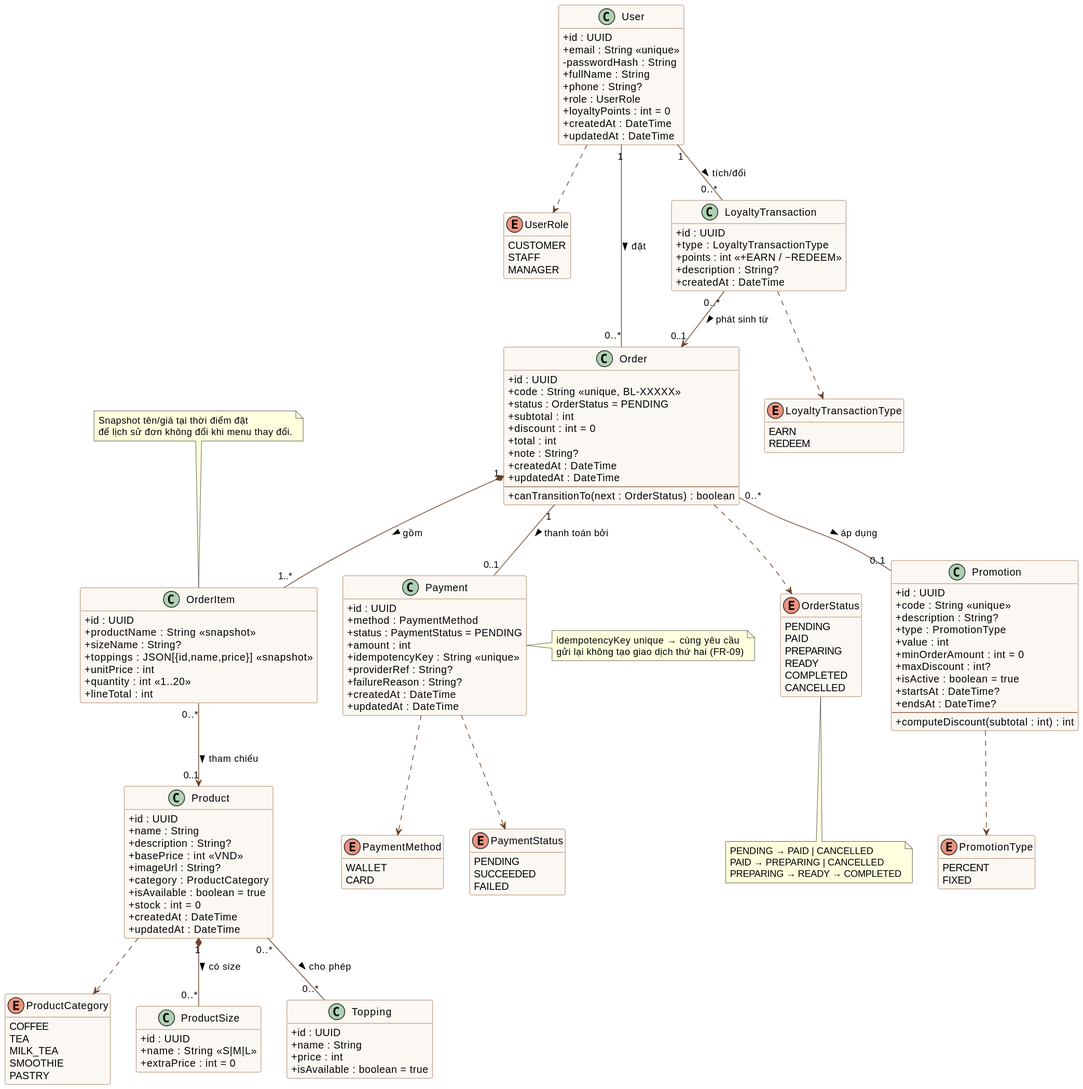
Before: docs/diagrams/class-domain.svg, a diagram exported from PlantUML (LHTCoder/brewlite).
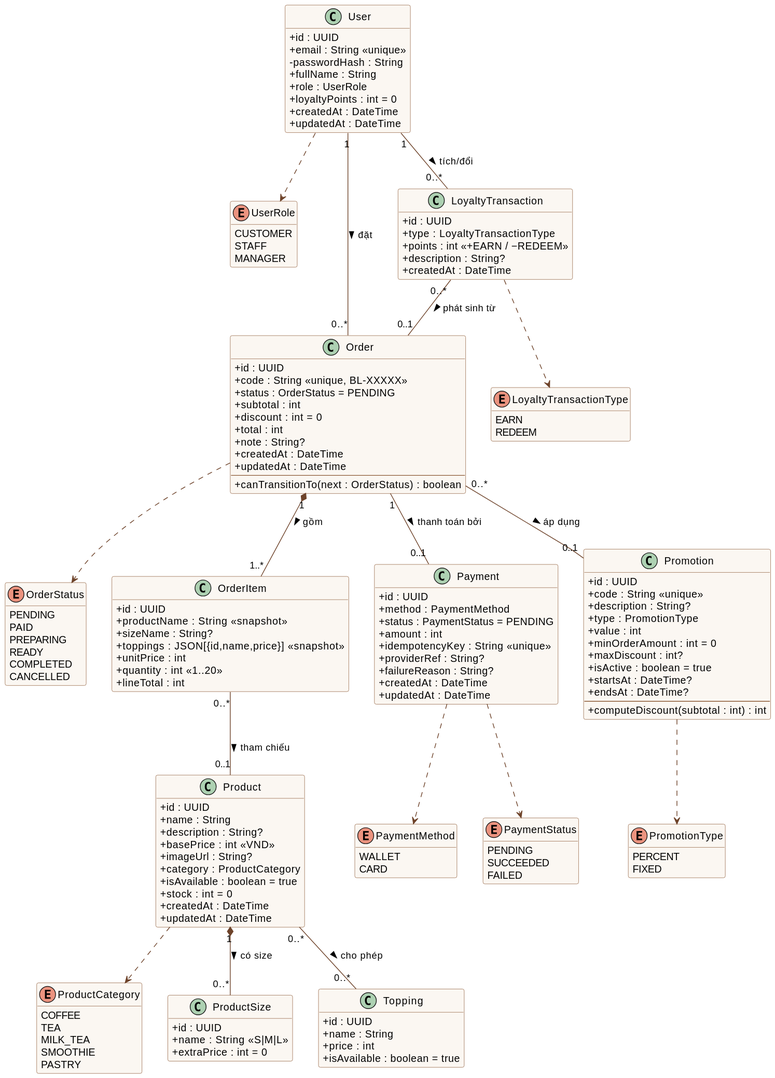
Later version of the same file.

The edit, as a diff of the source:
```diff
@@ -53,7 +53,6 @@
   +email : String <<unique>>
   -passwordHash : String
   +fullName : String
-  +phone : String?
   +role : UserRole
   +loyaltyPoints : int = 0
   +createdAt : DateTime
@@ -150,10 +149,10 @@
 Order "1" *-- "1..*" OrderItem : gồm >
 Order "1" -- "0..1" Payment : thanh toán bởi >
 Order "0..*" -- "0..1" Promotion : áp dụng >
-OrderItem "0..*" --> "0..1" Product : tham chiếu >
+OrderItem "0..*" -- "0..1" Product : tham chiếu >
 Product "1" *-- "0..*" ProductSize : có size >
 Product "0..*" -- "0..*" Topping : cho phép >
-LoyaltyTransaction "0..*" --> "0..1" Order : phát sinh từ >
+LoyaltyTransaction "0..*" -- "0..1" Order : phát sinh từ >
 
 User ..> UserRole
 Product ..> ProductCategory
@@ -162,18 +161,4 @@
 Payment ..> PaymentStatus
 Promotion ..> PromotionType
 LoyaltyTransaction ..> LoyaltyTransactionType
-
-note top of OrderItem
-  Snapshot tên/giá tại thời điểm đặt
-  để lịch sử đơn không đổi khi menu thay đổi.
-end note
-note right of Payment
-  idempotencyKey unique → cùng yêu cầu
-  gửi lại không tạo giao dịch thứ hai (FR-09)
-end note
-note bottom of OrderStatus
-  PENDING → PAID | CANCELLED
-  PAID → PREPARING | CANCELLED
-  PREPARING → READY → COMPLETED
-end note
 @enduml
```
